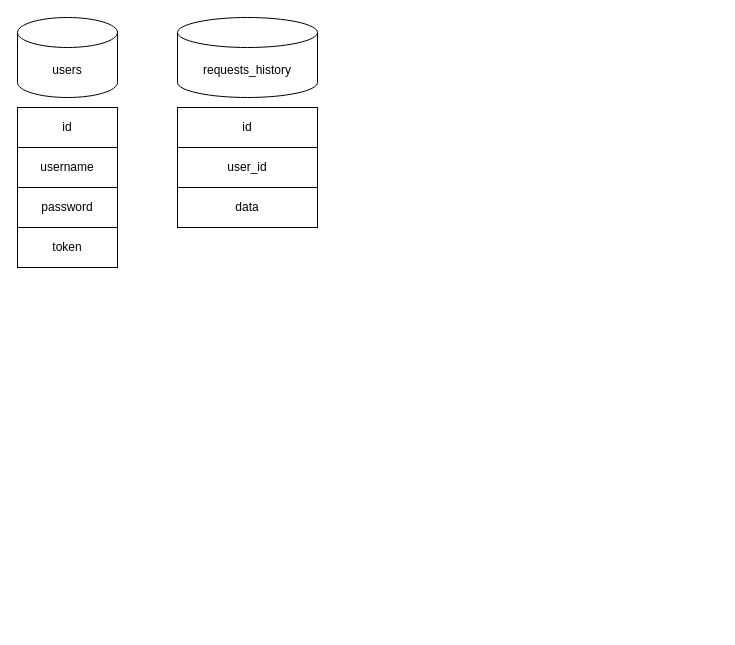
Earlier version of the draw.io diagram SoloLeveling_AI/logic.drawio (SoloLeveling2005/SoloLeveling). Source tidied: cells renumbered, new cells numbered last; positions are measured from the earlier drawing's top-left corner, leaving out a move shared by most shapes. Both pictures are drawn from the tidied source at 100%, with x=0, y=0 at pixel (17, 17).
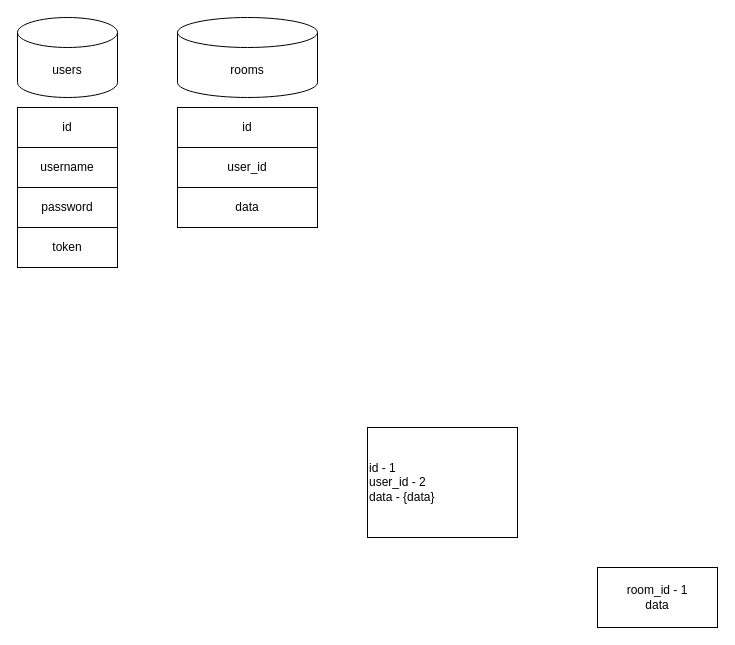
After the change.

Diff of the diagram source:
```diff
@@
 <mxGraphModel>
   <root>
     <mxCell id="0" />
     <mxCell id="1" parent="0" />
     <mxCell id="2" value="users" style="shape=cylinder3;whiteSpace=wrap;html=1;boundedLbl=1;backgroundOutline=1;size=15;" parent="1" vertex="1">
       <mxGeometry width="100" height="80" as="geometry" />
     </mxCell>
-    <mxCell id="3" value="requests_history" style="shape=cylinder3;whiteSpace=wrap;html=1;boundedLbl=1;backgroundOutline=1;size=15;" parent="1" vertex="1">
+    <mxCell id="3" value="rooms" style="shape=cylinder3;whiteSpace=wrap;html=1;boundedLbl=1;backgroundOutline=1;size=15;" parent="1" vertex="1">
       <mxGeometry x="160" width="140" height="80" as="geometry" />
     </mxCell>
     <mxCell id="4" value="id" style="rounded=0;whiteSpace=wrap;html=1;" parent="1" vertex="1">
       <mxGeometry y="90" width="100" height="40" as="geometry" />
     </mxCell>
     <mxCell id="5" value="username" style="rounded=0;whiteSpace=wrap;html=1;" parent="1" vertex="1">
       <mxGeometry y="130" width="100" height="40" as="geometry" />
     </mxCell>
     <mxCell id="6" value="password" style="rounded=0;whiteSpace=wrap;html=1;" parent="1" vertex="1">
       <mxGeometry y="170" width="100" height="40" as="geometry" />
     </mxCell>
-    <mxCell id="7" value="token" style="rounded=0;whiteSpace=wrap;html=1;" parent="1" vertex="1">
-      <mxGeometry y="210" width="100" height="40" as="geometry" />
-    </mxCell>
     <mxCell id="8" value="id" style="rounded=0;whiteSpace=wrap;html=1;" parent="1" vertex="1">
       <mxGeometry x="160" y="90" width="140" height="40" as="geometry" />
     </mxCell>
     <mxCell id="9" value="user_id" style="rounded=0;whiteSpace=wrap;html=1;" parent="1" vertex="1">
       <mxGeometry x="160" y="130" width="140" height="40" as="geometry" />
     </mxCell>
     <mxCell id="10" value="data" style="rounded=0;whiteSpace=wrap;html=1;" parent="1" vertex="1">
       <mxGeometry x="160" y="170" width="140" height="40" as="geometry" />
     </mxCell>
+    <mxCell id="7" value="token" style="rounded=0;whiteSpace=wrap;html=1;" parent="1" vertex="1">
+      <mxGeometry y="210" width="100" height="40" as="geometry" />
+    </mxCell>
+    <mxCell id="11" value="id - 1&lt;br&gt;user_id - 2&lt;br&gt;data - {data}" style="rounded=0;whiteSpace=wrap;html=1;align=left;glass=0;shadow=0;" parent="1" vertex="1">
+      <mxGeometry x="350" y="410" width="150" height="110" as="geometry" />
+    </mxCell>
+    <mxCell id="12" value="room_id - 1&lt;br&gt;data" style="rounded=0;whiteSpace=wrap;html=1;shadow=0;glass=0;sketch=0;" parent="1" vertex="1">
+      <mxGeometry x="580" y="550" width="120" height="60" as="geometry" />
+    </mxCell>
   </root>
 </mxGraphModel>
```
